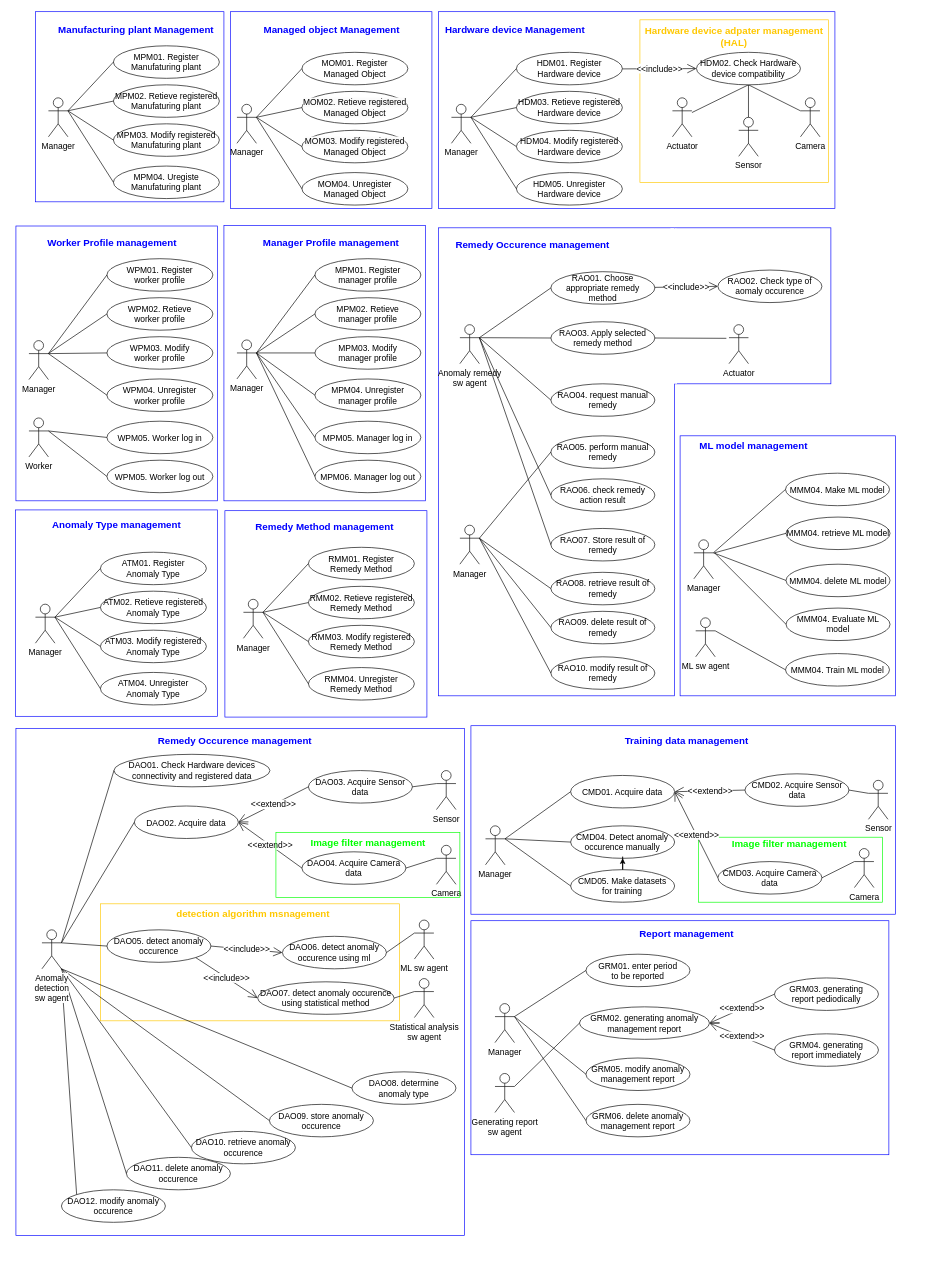
Earlier version of the draw.io diagram usecase_diagram_refine3.drawio (ShineSoYoung/TEST). Source tidied: cells renumbered, new cells numbered last; positions are measured from the earlier drawing's top-left corner, leaving out a move shared by most shapes. Both pictures are drawn from the tidied source at 65%, with x=0, y=0 at pixel (11, 12).
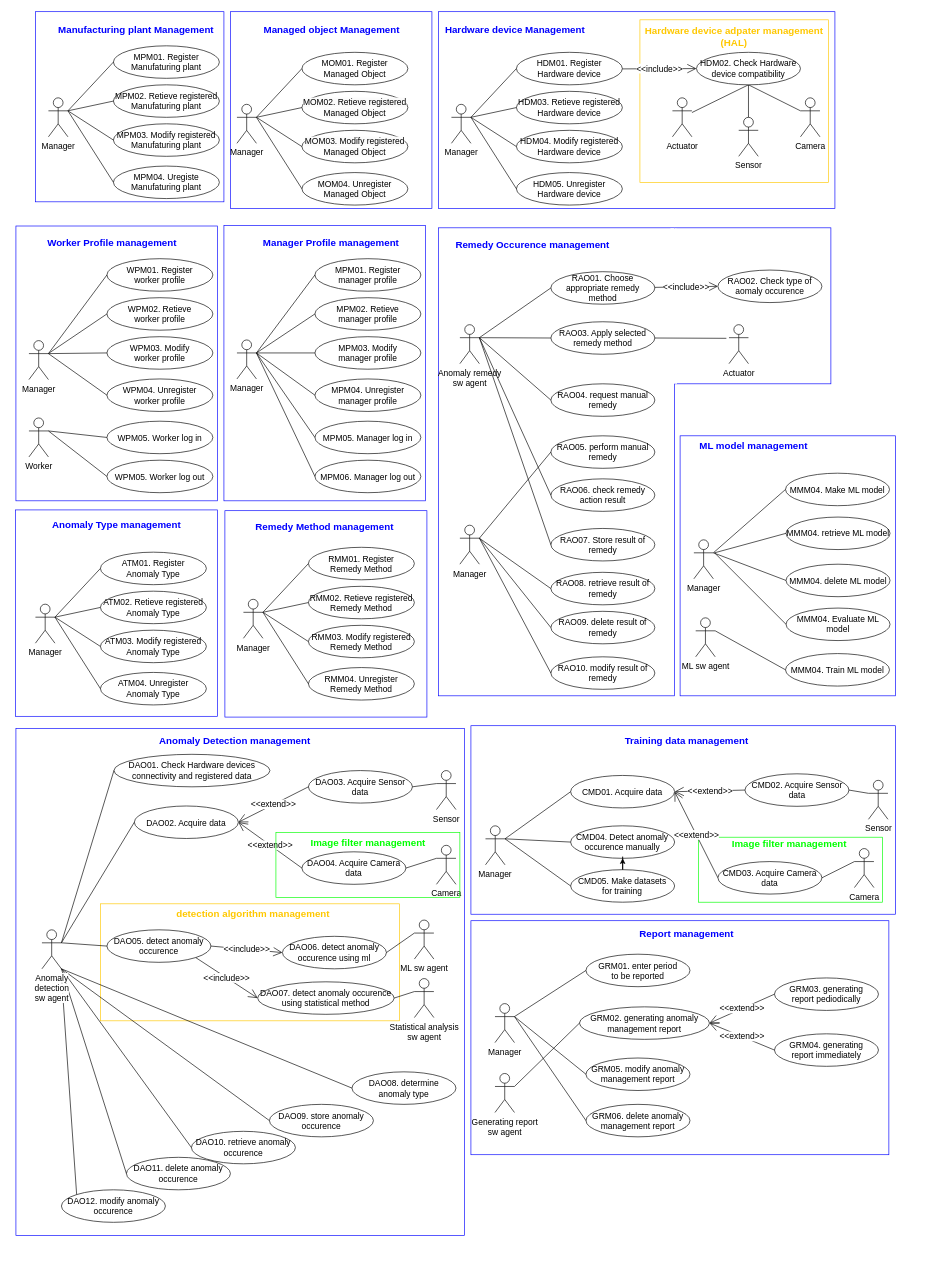
After the change.

The edit, as a diff of the source:
```diff
@@
-    <mxCell id="142" value="&lt;font color=&quot;#0000ff&quot; style=&quot;font-size: 15px;&quot;&gt;Remedy Occurence management&lt;/font&gt;" style="text;html=1;strokeColor=none;fillColor=none;align=center;verticalAlign=middle;whiteSpace=wrap;rounded=0;fontStyle=1;fontSize=15;" parent="1" vertex="1">
+    <mxCell id="142" value="&lt;font color=&quot;#0000ff&quot; style=&quot;font-size: 15px;&quot;&gt;Anomaly Detection management&lt;/font&gt;" style="text;html=1;strokeColor=none;fillColor=none;align=center;verticalAlign=middle;whiteSpace=wrap;rounded=0;fontStyle=1;fontSize=15;" parent="1" vertex="1">
       <mxGeometry x="189.2" y="1106" width="310" height="30" as="geometry" />
     </mxCell>
@@
-    <mxCell id="223" value="&lt;font style=&quot;font-size: 15px;&quot;&gt;detection algorithm msnagement&lt;/font&gt;" style="text;html=1;strokeColor=none;fillColor=none;align=center;verticalAlign=middle;whiteSpace=wrap;rounded=0;fontStyle=1;fontSize=15;fontColor=#ffc800;" parent="1" vertex="1">
+    <mxCell id="223" value="&lt;font style=&quot;font-size: 15px;&quot;&gt;detection algorithm management&lt;/font&gt;" style="text;html=1;strokeColor=none;fillColor=none;align=center;verticalAlign=middle;whiteSpace=wrap;rounded=0;fontStyle=1;fontSize=15;fontColor=#ffc800;" parent="1" vertex="1">
       <mxGeometry x="217" y="1372" width="310" height="30" as="geometry" />
     </mxCell>
```
